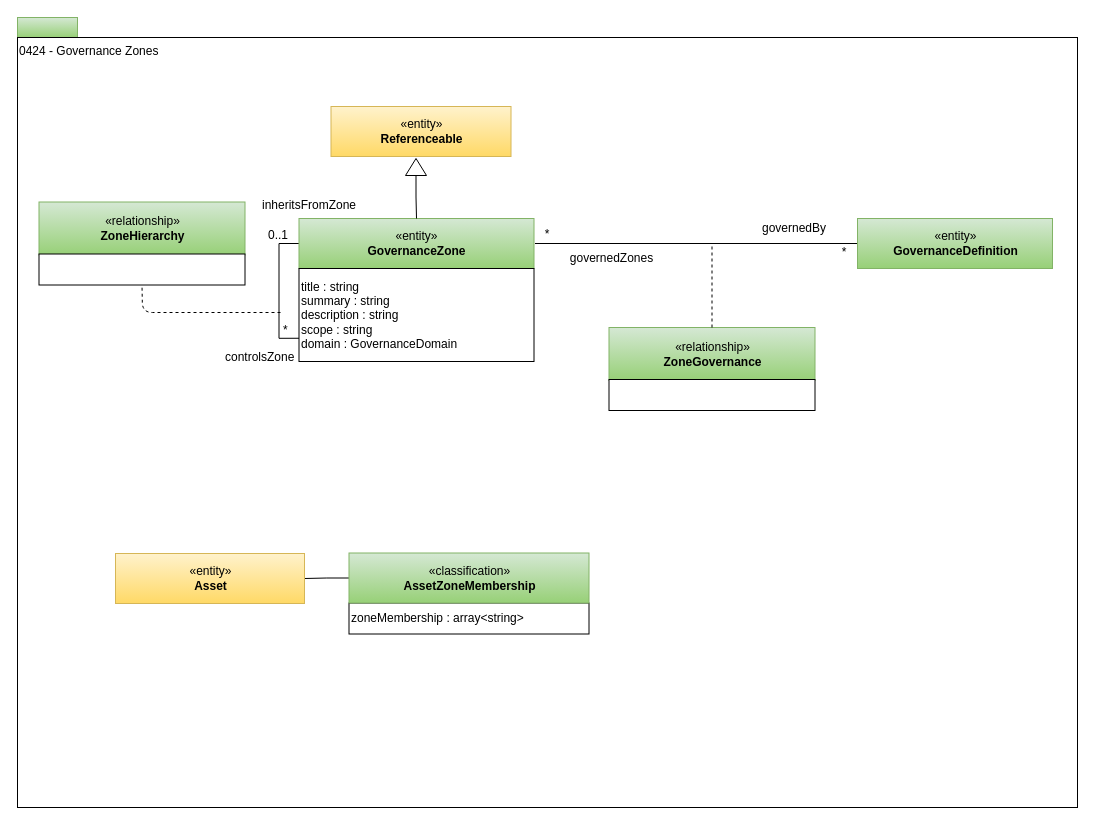
planetf1/egeria keeps this draw.io diagram as page "0424-Governance-Zones" (10 of 24) of open-metadata-publication/website/open-metadata-types/area-4-governance.drawio. Above is the earlier version. Source tidied: cells renumbered, new cells numbered last; positions are measured from the earlier drawing's top-left corner, leaving out a move shared by most shapes. Both pictures are drawn from the tidied source at 100%, with x=0, y=0 at pixel (17, 17).
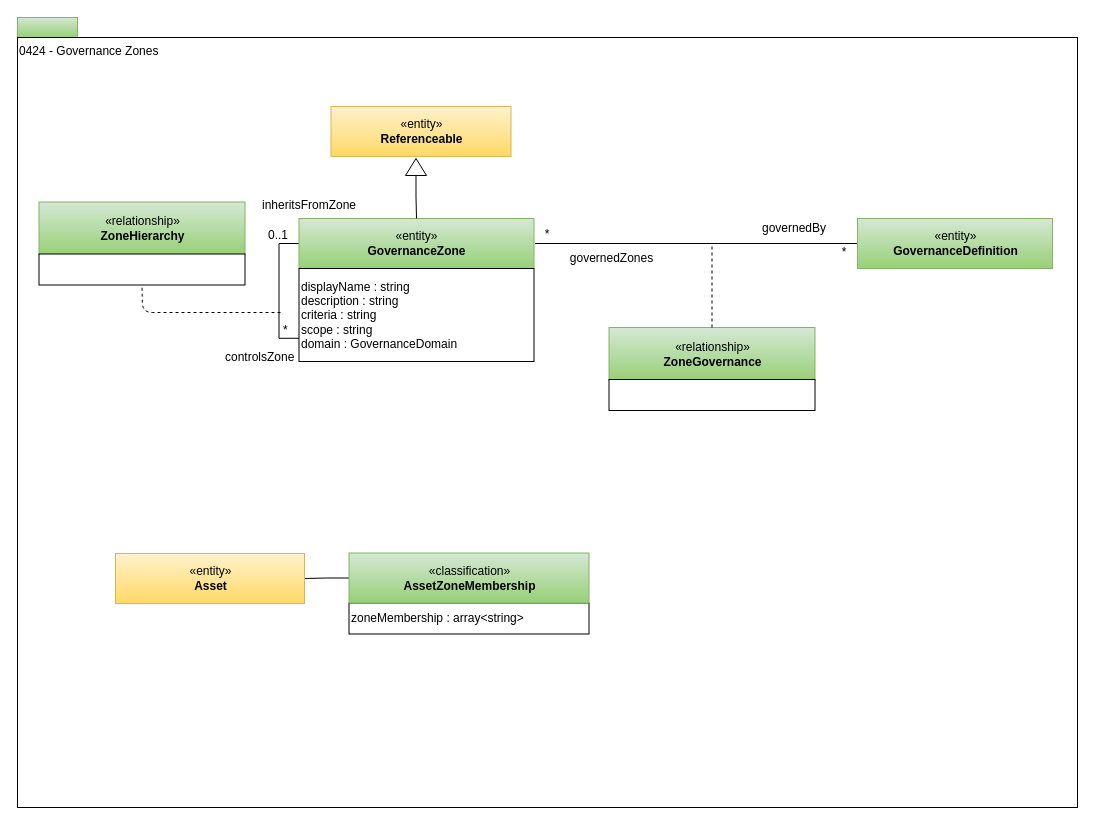
The same diagram, later.

Change to the diagram source:
```diff
@@
-    <mxCell id="13" value="title : string&lt;br&gt;summary : string&lt;br&gt;description : string&lt;br&gt;scope : string&lt;br&gt;domain : GovernanceDomain" style="rounded=0;whiteSpace=wrap;html=1;strokeColor=#000000;gradientColor=#ffffff;align=left;" parent="1" vertex="1">
+    <mxCell id="13" value="displayName : string&lt;br&gt;description : string&lt;br&gt;criteria : string&lt;br&gt;scope : string&lt;br&gt;domain : GovernanceDomain" style="rounded=0;whiteSpace=wrap;html=1;strokeColor=#000000;gradientColor=#ffffff;align=left;" parent="1" vertex="1">
       <mxGeometry x="281.5" y="251" width="235" height="93" as="geometry" />
     </mxCell>
```
